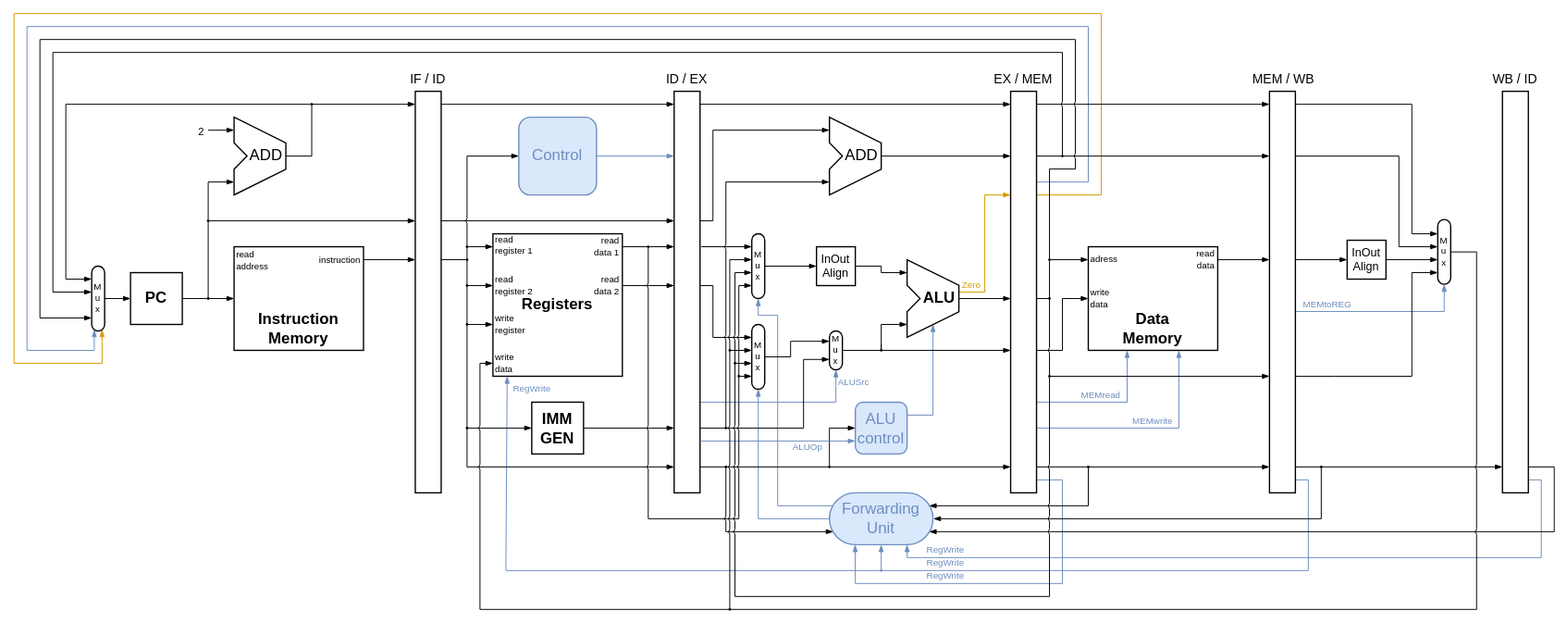
Before: cpu_design.svg, a diagram exported from draw.io (FenFM/Advanced-VLSI-Design). Source tidied: cells renumbered, new cells last; positions are measured from the earlier drawing's top-left corner, leaving out a move shared by most shapes.
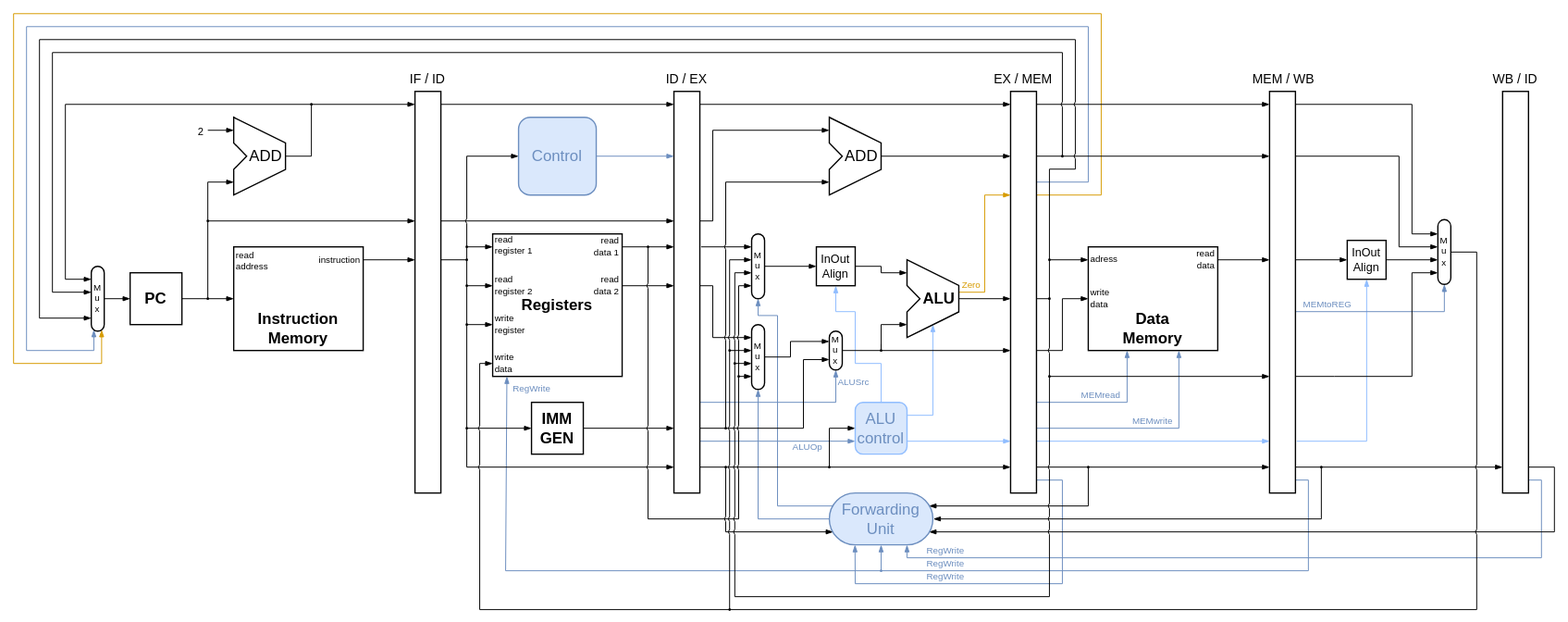
After the change.

The edit, as a diff of the source:
```diff
@@ -5,6 +5,50 @@
     <mxCell id="2" style="rounded=0;whiteSpace=wrap;html=1;fontFamily=Helvetica;fontSize=11;fontColor=default;labelBackgroundColor=default;strokeColor=none;" parent="1" vertex="1">
       <mxGeometry width="1210" height="480" as="geometry" />
     </mxCell>
+    <mxCell id="162" style="endArrow=blockThin;html=1;rounded=0;strokeColor=#90BDFF;strokeWidth=0.7;align=center;verticalAlign=middle;fontFamily=Helvetica;fontSize=11;fontColor=default;labelBackgroundColor=default;startSize=4;endFill=1;endSize=4;fillColor=#dae8fc;" parent="1" edge="1">
+      <mxGeometry relative="1" as="geometry">
+        <mxPoint x="1001" y="340" as="sourcePoint" />
+        <mxPoint x="1055" y="215" as="targetPoint" />
+        <Array as="points">
+          <mxPoint x="1055" y="340" />
+        </Array>
+      </mxGeometry>
+    </mxCell>
+    <mxCell id="163" style="endArrow=blockThin;html=1;rounded=0;strokeColor=#90BDFF;strokeWidth=0.7;align=center;verticalAlign=middle;fontFamily=Helvetica;fontSize=11;fontColor=default;labelBackgroundColor=default;startSize=4;endFill=1;endSize=4;fillColor=#dae8fc;exitX=1;exitY=0.75;exitDx=0;exitDy=0;" parent="1" edge="1">
+      <mxGeometry relative="1" as="geometry">
+        <mxPoint x="800" y="340" as="sourcePoint" />
+        <mxPoint x="980" y="340" as="targetPoint" />
+      </mxGeometry>
+    </mxCell>
+    <mxCell id="164" style="endArrow=blockThin;html=1;rounded=0;strokeColor=#90BDFF;strokeWidth=0.7;align=center;verticalAlign=middle;fontFamily=Helvetica;fontSize=11;fontColor=default;labelBackgroundColor=default;startSize=4;endFill=1;endSize=4;fillColor=#dae8fc;exitX=1;exitY=0.75;exitDx=0;exitDy=0;" parent="1" edge="1" source="112">
+      <mxGeometry relative="1" as="geometry">
+        <mxPoint x="780" y="340" as="targetPoint" />
+      </mxGeometry>
+    </mxCell>
+    <mxCell id="165" style="endArrow=blockThin;html=1;rounded=0;fillColor=#dae8fc;strokeColor=#90BDFF;strokeWidth=0.7;align=center;verticalAlign=middle;fontFamily=Helvetica;fontSize=11;fontColor=default;labelBackgroundColor=default;startSize=4;endFill=1;endSize=4;exitX=0.5;exitY=0;exitDx=0;exitDy=0;" parent="1" edge="1" source="112">
+      <mxGeometry relative="1" as="geometry">
+        <mxPoint x="645" y="220" as="targetPoint" />
+        <Array as="points">
+          <mxPoint x="680" y="280" />
+          <mxPoint x="660" y="280" />
+          <mxPoint x="660" y="240" />
+          <mxPoint x="645" y="240" />
+        </Array>
+      </mxGeometry>
+    </mxCell>
+    <mxCell id="18" style="endArrow=blockThin;html=1;rounded=0;strokeColor=#90BDFF;strokeWidth=0.7;align=center;verticalAlign=middle;fontFamily=Helvetica;fontSize=11;fontColor=default;labelBackgroundColor=default;startSize=4;endSize=4;fillColor=#dae8fc;exitX=1;exitY=0.25;exitDx=0;exitDy=0;endFill=1;" parent="1" edge="1" source="112">
+      <mxGeometry relative="1" as="geometry">
+        <mxPoint x="720" y="250" as="targetPoint" />
+        <Array as="points">
+          <mxPoint x="720" y="320" />
+        </Array>
+      </mxGeometry>
+    </mxCell>
+    <mxCell id="121" style="endArrow=blockThin;html=1;rounded=0;strokeColor=#6c8ebf;strokeWidth=0.7;align=center;verticalAlign=middle;fontFamily=Helvetica;fontSize=11;fontColor=default;labelBackgroundColor=default;startSize=4;endSize=4;fillColor=#dae8fc;entryX=0;entryY=0.75;entryDx=0;entryDy=0;endFill=1;" parent="1" edge="1" target="112">
+      <mxGeometry relative="1" as="geometry">
+        <mxPoint x="540" y="340" as="sourcePoint" />
+      </mxGeometry>
+    </mxCell>
     <mxCell id="3" style="endArrow=blockThin;html=1;rounded=0;strokeColor=#6c8ebf;strokeWidth=0.7;align=center;verticalAlign=middle;fontFamily=Helvetica;fontSize=11;fontColor=default;labelBackgroundColor=default;startSize=4;endSize=4;endFill=1;fillColor=#dae8fc;entryX=0.5;entryY=1;entryDx=0;entryDy=0;" parent="1" edge="1" target="49">
       <mxGeometry relative="1" as="geometry">
         <mxPoint x="540" y="310" as="sourcePoint" />
@@ -148,14 +192,6 @@
         </Array>
       </mxGeometry>
     </mxCell>
-    <mxCell id="18" style="endArrow=blockThin;html=1;rounded=0;strokeColor=#6c8ebf;strokeWidth=0.7;align=center;verticalAlign=middle;fontFamily=Helvetica;fontSize=11;fontColor=default;labelBackgroundColor=default;startSize=4;endSize=4;fillColor=#dae8fc;exitX=1;exitY=0.25;exitDx=0;exitDy=0;endFill=1;" parent="1" edge="1" source="112">
-      <mxGeometry relative="1" as="geometry">
-        <mxPoint x="720" y="250" as="targetPoint" />
-        <Array as="points">
-          <mxPoint x="720" y="320" />
-        </Array>
-      </mxGeometry>
-    </mxCell>
     <mxCell id="19" style="endArrow=blockThin;html=1;rounded=0;strokeColor=default;strokeWidth=0.7;align=center;verticalAlign=middle;fontFamily=Helvetica;fontSize=11;fontColor=default;labelBackgroundColor=default;startSize=4;endSize=4;endFill=1;entryX=0;entryY=0.5;entryDx=0;entryDy=0;" parent="1" edge="1" target="112">
       <mxGeometry relative="1" as="geometry">
         <mxPoint x="540" y="360" as="sourcePoint" />
@@ -606,7 +642,7 @@
     <mxCell id="111" style="ellipse;whiteSpace=wrap;html=1;fontFamily=Helvetica;fontSize=11;fontColor=default;labelBackgroundColor=default;strokeColor=none;fillColor=#000000;" parent="1" vertex="1">
       <mxGeometry x="359" y="249" width="2" height="2" as="geometry" />
     </mxCell>
-    <mxCell id="112" value="ALU&lt;div&gt;control&lt;/div&gt;" style="rounded=1;whiteSpace=wrap;html=1;fillColor=#dae8fc;strokeColor=#6c8ebf;fontColor=#6C8EBF;" parent="1" vertex="1">
+    <mxCell id="112" value="&lt;font&gt;ALU&lt;/font&gt;&lt;div&gt;&lt;font&gt;control&lt;/font&gt;&lt;/div&gt;" style="rounded=1;whiteSpace=wrap;html=1;fillColor=#dae8fc;strokeColor=#90BDFF;fontColor=#6C8EBF;" parent="1" vertex="1">
       <mxGeometry x="660" y="310" width="40" height="40" as="geometry" />
     </mxCell>
     <mxCell id="113" style="endArrow=blockThin;html=1;rounded=0;strokeColor=default;strokeWidth=0.7;align=center;verticalAlign=middle;fontFamily=Helvetica;fontSize=11;fontColor=default;labelBackgroundColor=default;startSize=4;endSize=4;endFill=1;" parent="1" edge="1">
@@ -669,11 +705,6 @@
         <mxPoint x="520" y="120" as="targetPoint" />
       </mxGeometry>
     </mxCell>
-    <mxCell id="121" style="endArrow=blockThin;html=1;rounded=0;strokeColor=#6c8ebf;strokeWidth=0.7;align=center;verticalAlign=middle;fontFamily=Helvetica;fontSize=11;fontColor=default;labelBackgroundColor=default;startSize=4;endSize=4;fillColor=#dae8fc;entryX=0;entryY=0.75;entryDx=0;entryDy=0;endFill=1;" parent="1" edge="1" target="112">
-      <mxGeometry relative="1" as="geometry">
-        <mxPoint x="540" y="340" as="sourcePoint" />
-      </mxGeometry>
-    </mxCell>
     <mxCell id="122" value="ALUOp" style="text;html=1;align=left;verticalAlign=middle;whiteSpace=wrap;rounded=0;fontFamily=Helvetica;fontSize=7;fontColor=#6C8EBF;labelBackgroundColor=none;" parent="1" vertex="1">
       <mxGeometry x="610" y="340" width="30" height="10" as="geometry" />
     </mxCell>
```
